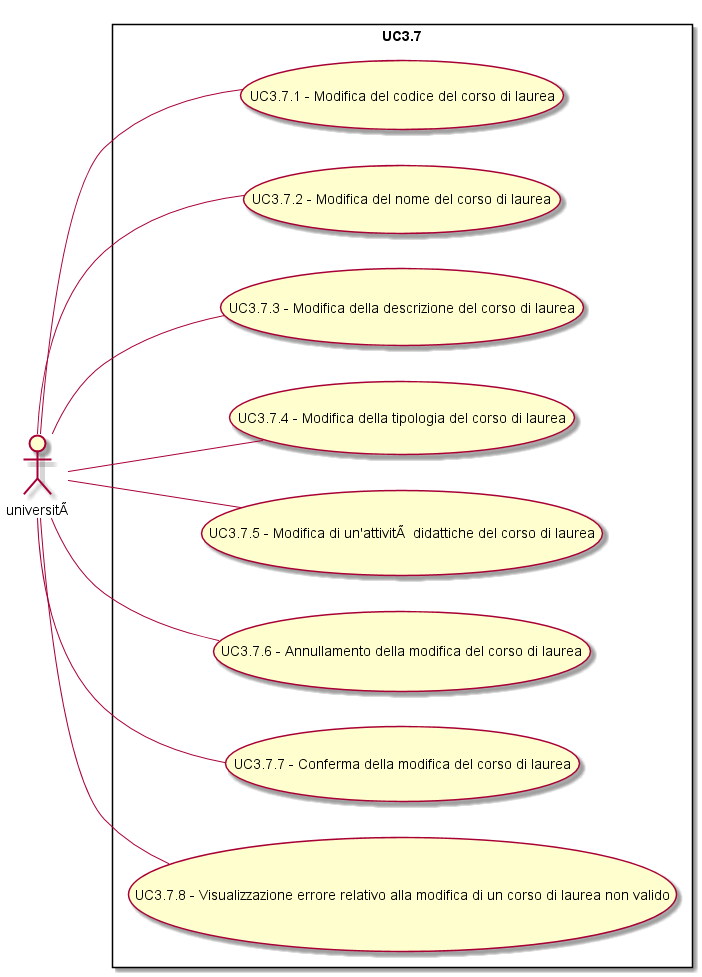
Above: Analisi dei requisiti/img/UC3-7.png in SOS-SonsOfSwe/Marvin (PlantUML), before the change.
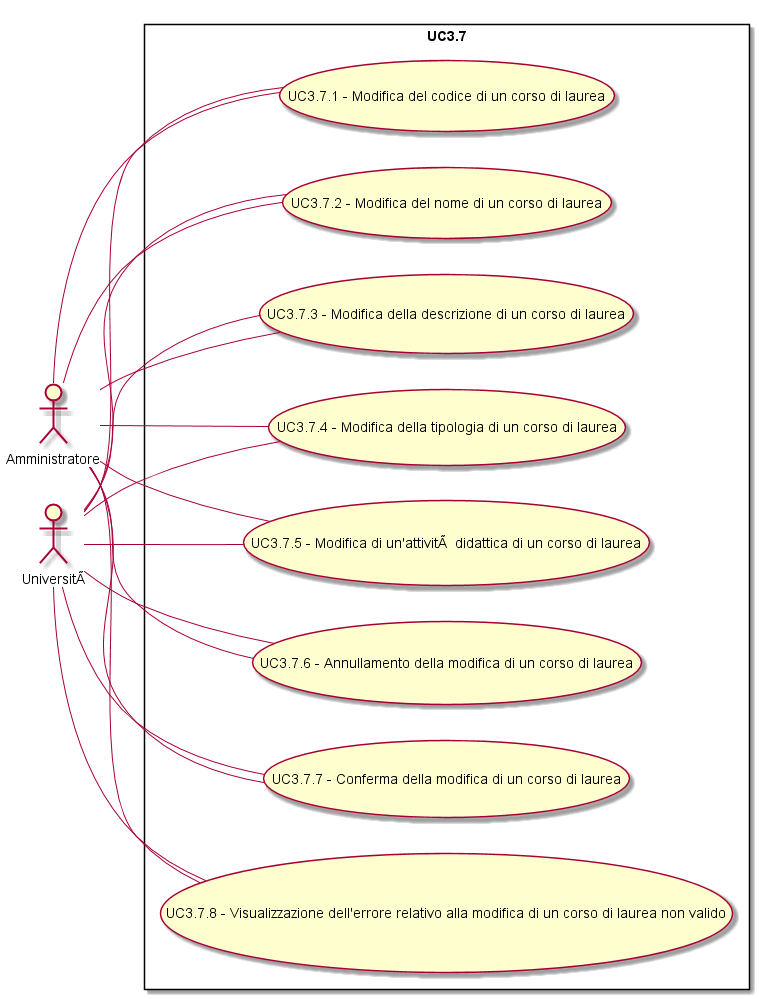
Above is the later version.

What changed in the source:
```diff
@@ -1,15 +1,24 @@
 @startuml
 left to right direction
 skinparam packageStyle rectangle
-actor università
+actor Amministratore
+actor Università
 rectangle UC3.7 {
-università -- (UC3.7.1 - Modifica del codice del corso di laurea)
-università -- (UC3.7.2 - Modifica del nome del corso di laurea)
-università -- (UC3.7.3 - Modifica della descrizione del corso di laurea)
-università -- (UC3.7.4 - Modifica della tipologia del corso di laurea)
-università -- (UC3.7.5 - Modifica di un'attività didattiche del corso di laurea)
-università -- (UC3.7.6 - Annullamento della modifica del corso di laurea)
-università -- (UC3.7.7 - Conferma della modifica del corso di laurea)
-università -- (UC3.7.8 - Visualizzazione errore relativo alla modifica di un corso di laurea non valido)
+Amministratore -- (UC3.7.1 - Modifica del codice di un corso di laurea)
+Amministratore -- (UC3.7.2 - Modifica del nome di un corso di laurea)
+Amministratore -- (UC3.7.3 - Modifica della descrizione di un corso di laurea)
+Amministratore -- (UC3.7.4 - Modifica della tipologia di un corso di laurea)
+Amministratore -- (UC3.7.5 - Modifica di un'attività didattica di un corso di laurea)
+Amministratore -- (UC3.7.6 - Annullamento della modifica di un corso di laurea)
+Amministratore -- (UC3.7.7 - Conferma della modifica di un corso di laurea)
+Amministratore -- (UC3.7.8 - Visualizzazione dell'errore relativo alla modifica di un corso di laurea non valido)
+Università -- (UC3.7.1 - Modifica del codice di un corso di laurea)
+Università -- (UC3.7.2 - Modifica del nome di un corso di laurea)
+Università -- (UC3.7.3 - Modifica della descrizione di un corso di laurea)
+Università -- (UC3.7.4 - Modifica della tipologia di un corso di laurea)
+Università -- (UC3.7.5 - Modifica di un'attività didattica di un corso di laurea)
+Università -- (UC3.7.6 - Annullamento della modifica di un corso di laurea)
+Università -- (UC3.7.7 - Conferma della modifica di un corso di laurea)
+Università -- (UC3.7.8 - Visualizzazione dell'errore relativo alla modifica di un corso di laurea non valido)
 }
 @enduml
```
